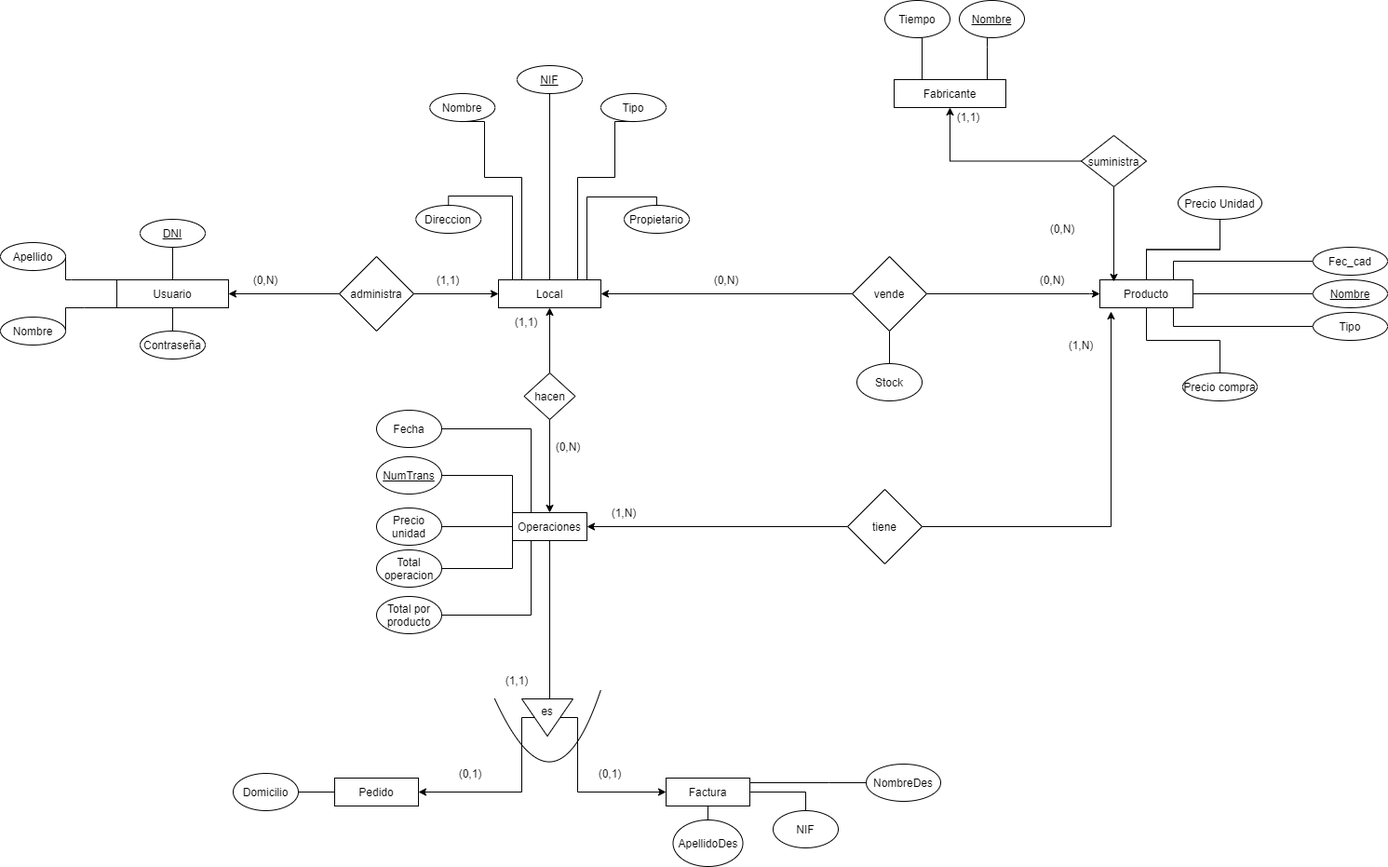
The draw.io diagram Entidad-Relacion 0.1.png in oier-elorrieta/R3-JOEL-MIKEL-UNAI-DDBB, before a commit. Source tidied: cells renumbered, new cells last; positions are measured from the earlier drawing's top-left corner, leaving out a move shared by most shapes.
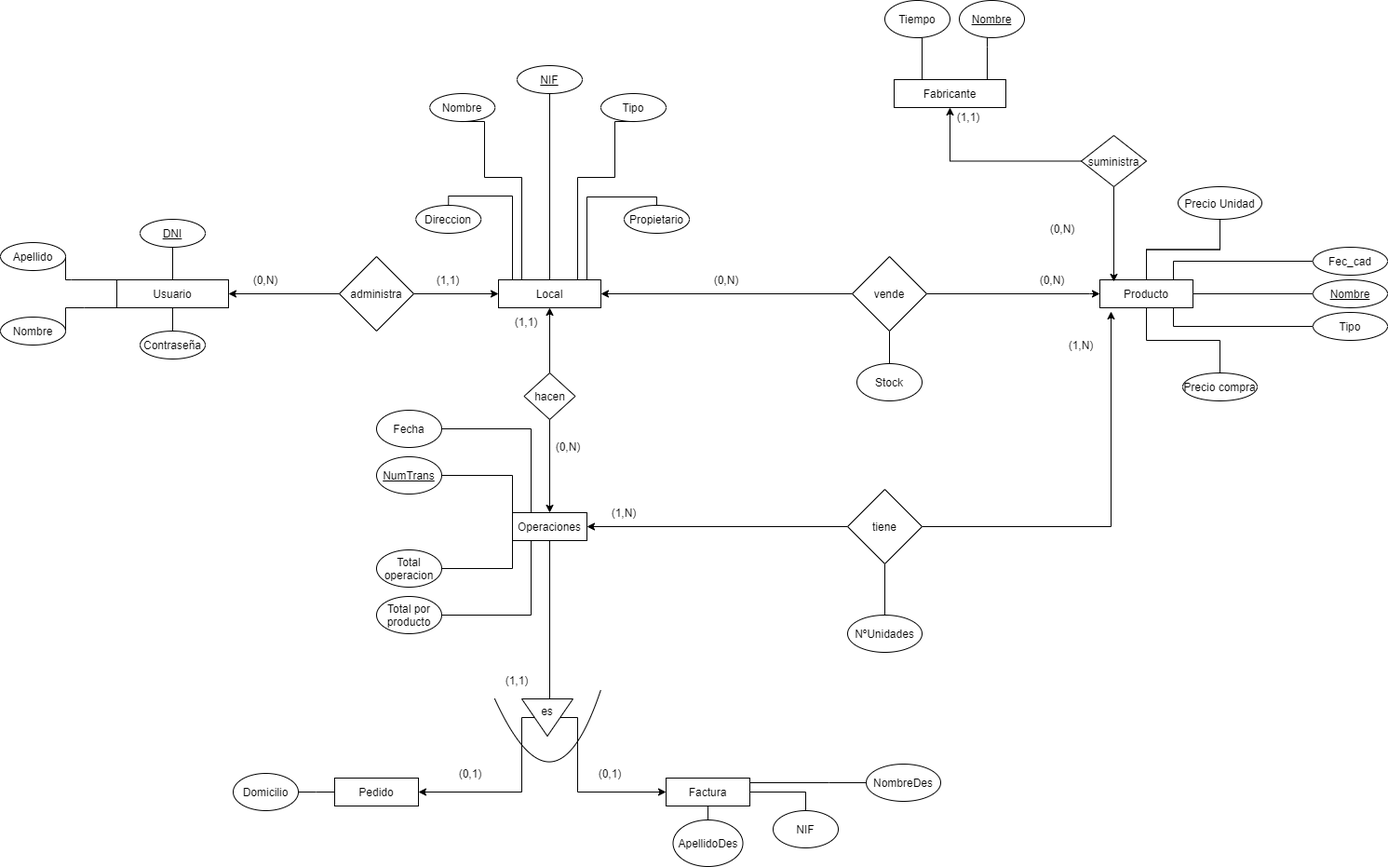
Later version of the same file.

Diff of the diagram source:
```diff
@@ -238,12 +238,6 @@
     <mxCell id="60" value="Total por producto" style="ellipse;whiteSpace=wrap;html=1;" parent="1" vertex="1">
       <mxGeometry x="404" y="640" width="70" height="40" as="geometry" />
     </mxCell>
-    <mxCell id="61" style="edgeStyle=orthogonalEdgeStyle;rounded=0;jettySize=auto;html=1;exitX=1;exitY=0.5;exitDx=0;exitDy=0;entryX=0;entryY=0.5;entryDx=0;entryDy=0;startArrow=none;startFill=0;endArrow=none;endFill=0;" parent="1" edge="1" source="62" target="53">
-      <mxGeometry relative="1" as="geometry" />
-    </mxCell>
-    <mxCell id="62" value="Precio unidad" style="ellipse;whiteSpace=wrap;html=1;" parent="1" vertex="1">
-      <mxGeometry x="404" y="545" width="70" height="40" as="geometry" />
-    </mxCell>
     <mxCell id="63" style="edgeStyle=orthogonalEdgeStyle;rounded=0;jettySize=auto;html=1;exitX=0.5;exitY=1;exitDx=0;exitDy=0;entryX=1;entryY=0.5;entryDx=0;entryDy=0;" parent="1" edge="1" source="65" target="71">
       <mxGeometry relative="1" as="geometry">
         <Array as="points">
@@ -361,6 +355,9 @@
     <mxCell id="93" style="edgeStyle=orthogonalEdgeStyle;rounded=0;jettySize=auto;html=1;exitX=1;exitY=0.5;exitDx=0;exitDy=0;entryX=0.12;entryY=1.133;entryDx=0;entryDy=0;entryPerimeter=0;startArrow=none;startFill=0;endArrow=classic;endFill=1;" parent="1" edge="1" source="94" target="32">
       <mxGeometry relative="1" as="geometry" />
     </mxCell>
+    <mxCell id="97" style="edgeStyle=orthogonalEdgeStyle;rounded=0;jettySize=auto;html=1;exitX=0.5;exitY=1;exitDx=0;exitDy=0;entryX=0.5;entryY=0;entryDx=0;entryDy=0;startArrow=none;startFill=0;endArrow=none;endFill=0;" parent="1" edge="1" source="94" target="98">
+      <mxGeometry relative="1" as="geometry" />
+    </mxCell>
     <mxCell id="94" value="tiene" style="rhombus;whiteSpace=wrap;html=1;rounded=0;shadow=0;glass=0;sketch=0;" parent="1" vertex="1">
       <mxGeometry x="910" y="525" width="80" height="80" as="geometry" />
     </mxCell>
@@ -370,5 +367,8 @@
     <mxCell id="96" value="(1,N)" style="text;html=1;strokeColor=none;fillColor=none;align=center;verticalAlign=middle;whiteSpace=wrap;rounded=0;" parent="1" vertex="1">
       <mxGeometry x="650" y="540" width="40" height="20" as="geometry" />
     </mxCell>
+    <mxCell id="98" value="NºUnidades" style="ellipse;whiteSpace=wrap;html=1;" parent="1" vertex="1">
+      <mxGeometry x="910" y="660" width="80" height="40" as="geometry" />
+    </mxCell>
   </root>
 </mxGraphModel>
```
